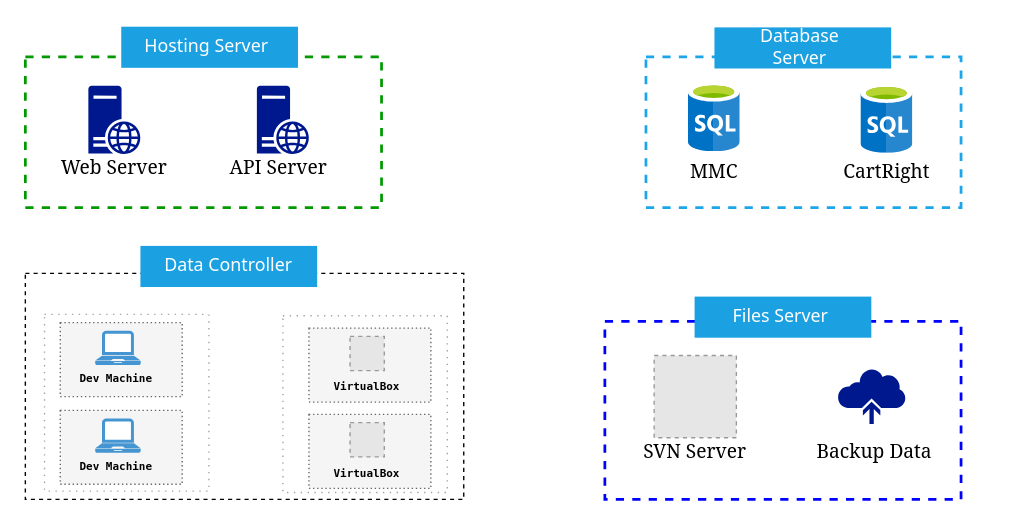
Above: page "Page-2" (3 of 3) of Untitled Diagram.drawio in shoaibijaz/soding (draw.io), before the change. Source tidied: cells renumbered, new cells numbered last; positions are measured from the earlier drawing's top-left corner, leaving out a move shared by most shapes. Both pictures are drawn from the tidied source at 137%, with x=0, y=0 at pixel (25, 26). Pictures stored in the file or linked from it are replaced by grey dashed boxes.
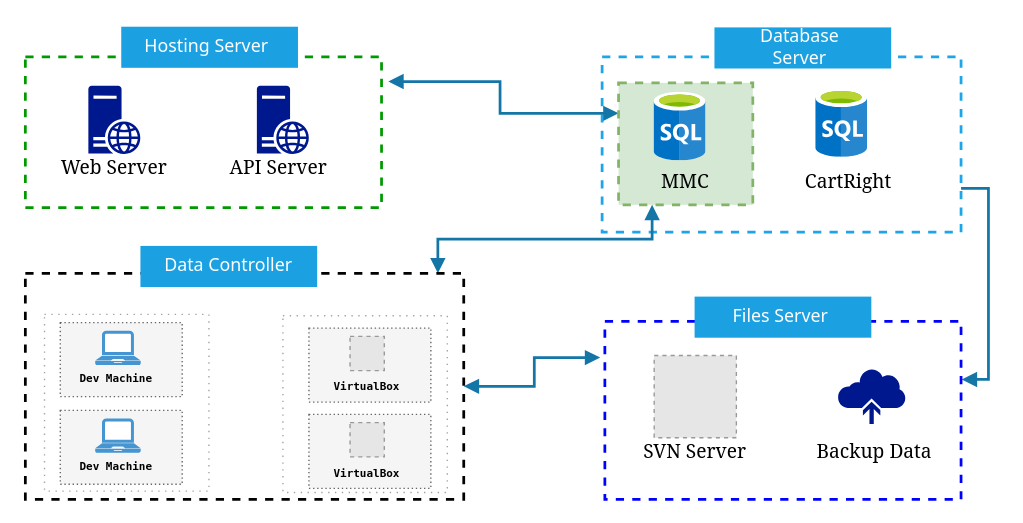
The same diagram, later.

The change refers to these unchanged cells:
```xml
<mxCell id="4" style="rounded=0;whiteSpace=wrap;html=1;fontFamily=Lucida Console;dashed=1;strokeColor=#009900;fillColor=none;strokeWidth=2;" parent="1" vertex="1">
  <mxGeometry y="22" width="260" height="110" as="geometry" />
</mxCell>
<mxCell id="14" style="rounded=0;whiteSpace=wrap;html=1;fontFamily=Lucida Console;dashed=1;strokeColor=#0000FF;fillColor=none;strokeWidth=2;" parent="1" vertex="1">
  <mxGeometry x="423" y="215" width="260" height="130" as="geometry" />
</mxCell>
```

Diff of the diagram source:
```diff
@@
+    <mxCell id="40" style="edgeStyle=orthogonalEdgeStyle;rounded=0;jettySize=auto;html=1;exitX=1;exitY=0.75;exitDx=0;exitDy=0;entryX=1.002;entryY=0.327;entryDx=0;entryDy=0;entryPerimeter=0;startArrow=none;startFill=0;endArrow=block;endFill=1;strokeColor=#1476A6;strokeWidth=2;fontFamily=Tahoma;fontSize=13;fontColor=#FFFFFF;" parent="1" edge="1" source="7" target="14">
+      <mxGeometry relative="1" as="geometry" />
+    </mxCell>
+    <mxCell id="7" style="rounded=0;whiteSpace=wrap;html=1;fontFamily=Lucida Console;dashed=1;strokeColor=#1CA5E8;fillColor=none;strokeWidth=2;" parent="1" vertex="1">
+      <mxGeometry x="421" y="22" width="262" height="128" as="geometry" />
+    </mxCell>
+    <mxCell id="41" style="edgeStyle=orthogonalEdgeStyle;rounded=0;jettySize=auto;html=1;exitX=0.25;exitY=1;exitDx=0;exitDy=0;entryX=0.941;entryY=0;entryDx=0;entryDy=0;entryPerimeter=0;startArrow=block;startFill=1;endArrow=block;endFill=1;strokeColor=#1476A6;strokeWidth=2;fontFamily=Tahoma;fontSize=13;fontColor=#FFFFFF;" parent="1" edge="1" source="43" target="2">
+      <mxGeometry relative="1" as="geometry" />
+    </mxCell>
+    <mxCell id="42" style="edgeStyle=orthogonalEdgeStyle;rounded=0;jettySize=auto;html=1;exitX=0;exitY=0.25;exitDx=0;exitDy=0;entryX=1.019;entryY=0.164;entryDx=0;entryDy=0;entryPerimeter=0;startArrow=block;startFill=1;endArrow=block;endFill=1;strokeColor=#1476A6;strokeWidth=2;fontFamily=Tahoma;fontSize=13;fontColor=#FFFFFF;" parent="1" edge="1" source="43" target="4">
+      <mxGeometry relative="1" as="geometry" />
+    </mxCell>
+    <mxCell id="43" style="rounded=0;whiteSpace=wrap;html=1;shadow=0;glass=0;comic=0;labelBackgroundColor=none;strokeColor=#82b366;strokeWidth=2;fillColor=#d5e8d4;fontFamily=Tahoma;fontSize=13;dashed=1;" parent="1" vertex="1">
+      <mxGeometry x="433" y="41" width="98" height="89" as="geometry" />
+    </mxCell>
+    <mxCell id="44" style="edgeStyle=orthogonalEdgeStyle;rounded=0;jettySize=auto;html=1;exitX=1;exitY=0.5;exitDx=0;exitDy=0;entryX=-0.013;entryY=0.204;entryDx=0;entryDy=0;entryPerimeter=0;startArrow=block;startFill=1;endArrow=block;endFill=1;strokeColor=#1476A6;strokeWidth=2;fontFamily=Tahoma;fontSize=13;fontColor=#FFFFFF;" parent="1" edge="1" source="2" target="14">
+      <mxGeometry relative="1" as="geometry" />
+    </mxCell>
-    <mxCell id="2" style="rounded=0;whiteSpace=wrap;html=1;fontFamily=Lucida Console;dashed=1;" parent="1" vertex="1">
+    <mxCell id="2" style="rounded=0;whiteSpace=wrap;html=1;fontFamily=Lucida Console;dashed=1;strokeWidth=2;" parent="1" vertex="1">
       <mxGeometry y="180" width="320" height="165" as="geometry" />
     </mxCell>
@@
-    <mxCell id="7" style="rounded=0;whiteSpace=wrap;html=1;fontFamily=Lucida Console;dashed=1;strokeColor=#1CA5E8;fillColor=none;strokeWidth=2;" parent="1" vertex="1">
-      <mxGeometry x="453" y="22" width="230" height="110" as="geometry" />
-    </mxCell>
     <mxCell id="8" value="MMC" style="text;html=1;strokeColor=none;fillColor=none;align=center;verticalAlign=middle;whiteSpace=wrap;rounded=0;shadow=0;glass=0;dashed=1;dashPattern=1 4;comic=0;labelBackgroundColor=none;fontFamily=Georgia;fontSize=14;fontColor=#000000;fontStyle=0;" parent="1" vertex="1">
-      <mxGeometry x="458" y="95.5" width="90" height="20" as="geometry" />
+      <mxGeometry x="437" y="103" width="90" height="20" as="geometry" />
     </mxCell>
     <mxCell id="9" value="CartRight" style="text;html=1;strokeColor=none;fillColor=none;align=center;verticalAlign=middle;whiteSpace=wrap;rounded=0;shadow=0;glass=0;dashed=1;dashPattern=1 4;comic=0;labelBackgroundColor=none;fontFamily=Georgia;fontSize=14;fontColor=#000000;fontStyle=0;" parent="1" vertex="1">
-      <mxGeometry x="584" y="95.5" width="90" height="20" as="geometry" />
+      <mxGeometry x="555.5" y="103" width="90" height="20" as="geometry" />
     </mxCell>
     <mxCell id="10" style="html=1;align=center;image;fontSize=12;image=img/lib/mscae/SQL_Database_generic.svg;rounded=1;shadow=0;glass=0;dashed=1;comic=0;labelBackgroundColor=none;strokeColor=#FFB366;strokeWidth=2;fillColor=none;gradientColor=none;" parent="1" vertex="1">
-      <mxGeometry x="484" y="41.5" width="38" height="50" as="geometry" />
+      <mxGeometry x="459" y="48" width="38" height="50" as="geometry" />
     </mxCell>
     <mxCell id="11" style="html=1;align=center;image;fontSize=12;image=img/lib/mscae/SQL_Database_generic.svg;rounded=1;shadow=0;glass=0;dashed=1;comic=0;labelBackgroundColor=none;strokeColor=#FFB366;strokeWidth=2;fillColor=none;gradientColor=none;" parent="1" vertex="1">
-      <mxGeometry x="610" y="42.5" width="38" height="50" as="geometry" />
+      <mxGeometry x="577" y="45.5" width="38" height="50" as="geometry" />
     </mxCell>
```
